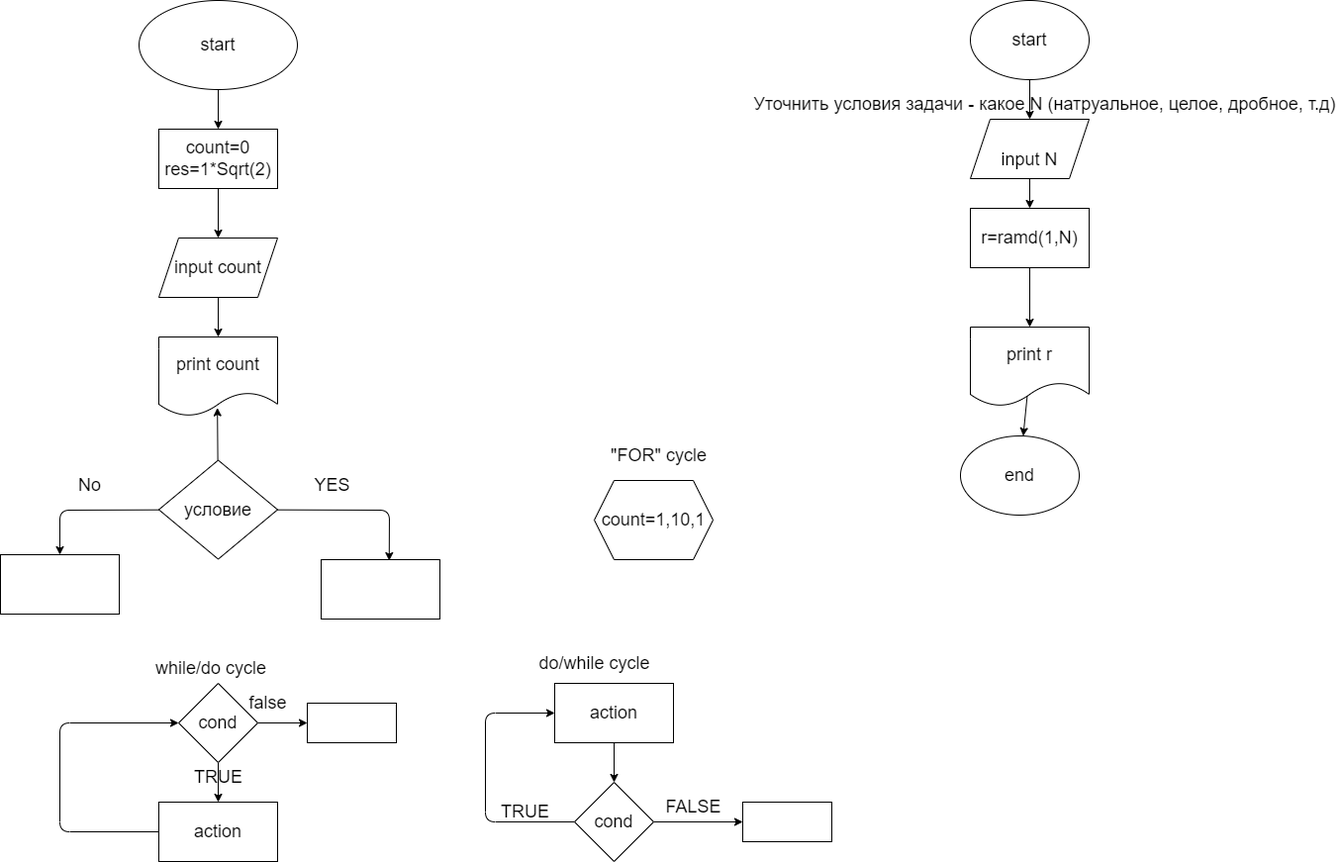
This is ex000.drawio.png from Pavel-P-Malyshev/Practice-1-repo, a draw.io export, as it was before one commit. Source tidied: cells renumbered, new cells last; positions are measured from the earlier drawing's top-left corner, leaving out a move shared by most shapes.
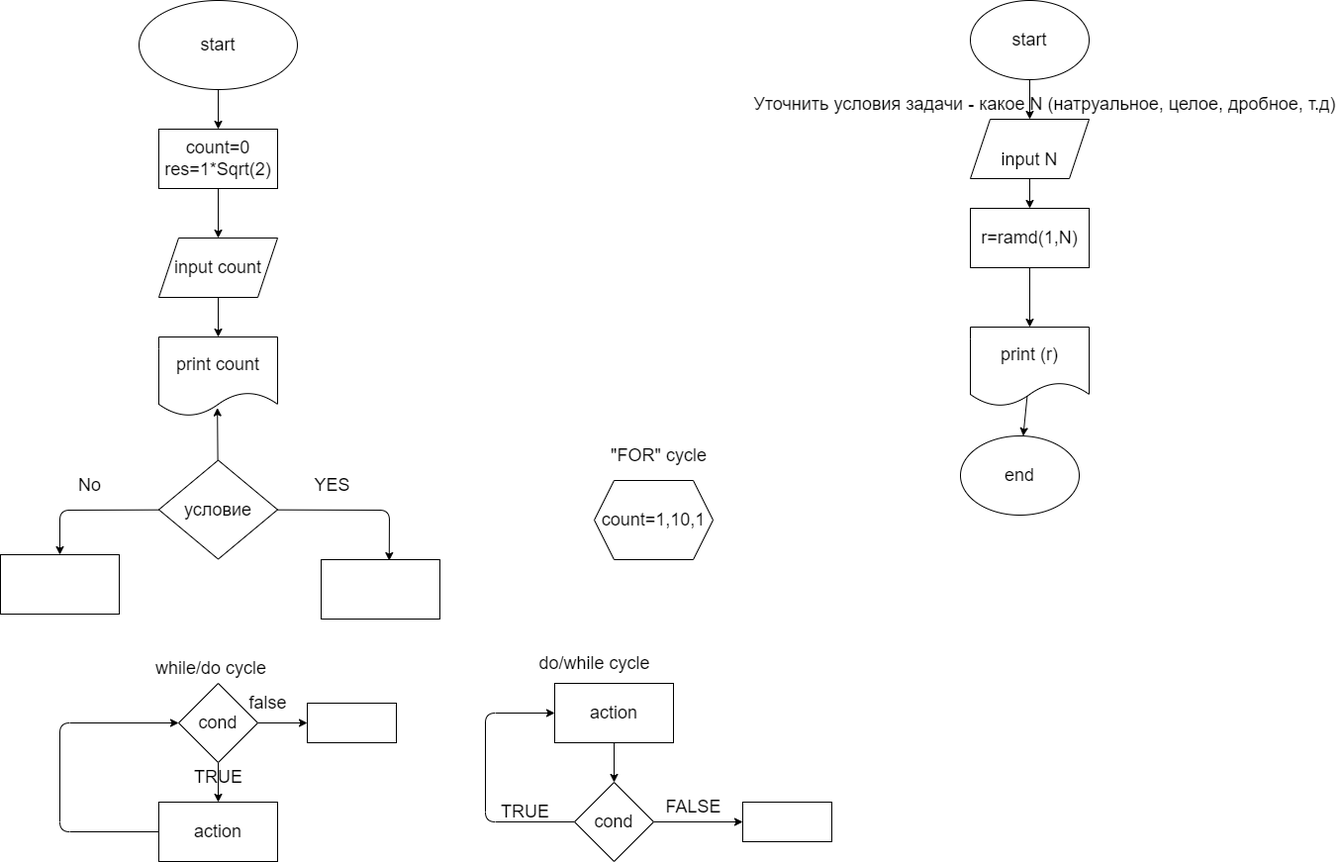
The same diagram one commit later.

Diff of the diagram source:
```diff
@@ -142,7 +142,7 @@
     <mxCell id="41" style="edgeStyle=none;html=1;fontSize=18;exitX=0.48;exitY=0.85;exitDx=0;exitDy=0;exitPerimeter=0;" parent="1" edge="1" source="42" target="46">
       <mxGeometry relative="1" as="geometry" />
     </mxCell>
-    <mxCell id="42" value="print r" style="shape=document;whiteSpace=wrap;html=1;boundedLbl=1;fontSize=18;" parent="1" vertex="1">
+    <mxCell id="42" value="print (r)" style="shape=document;whiteSpace=wrap;html=1;boundedLbl=1;fontSize=18;" parent="1" vertex="1">
       <mxGeometry x="980" y="330" width="120" height="80" as="geometry" />
     </mxCell>
     <mxCell id="43" value="Уточнить условия задачи - какое N (натруальное, целое, дробное, т.д)" style="text;html=1;align=center;verticalAlign=middle;strokeColor=none;fillColor=none;fontSize=18;" parent="1" vertex="1">
```
